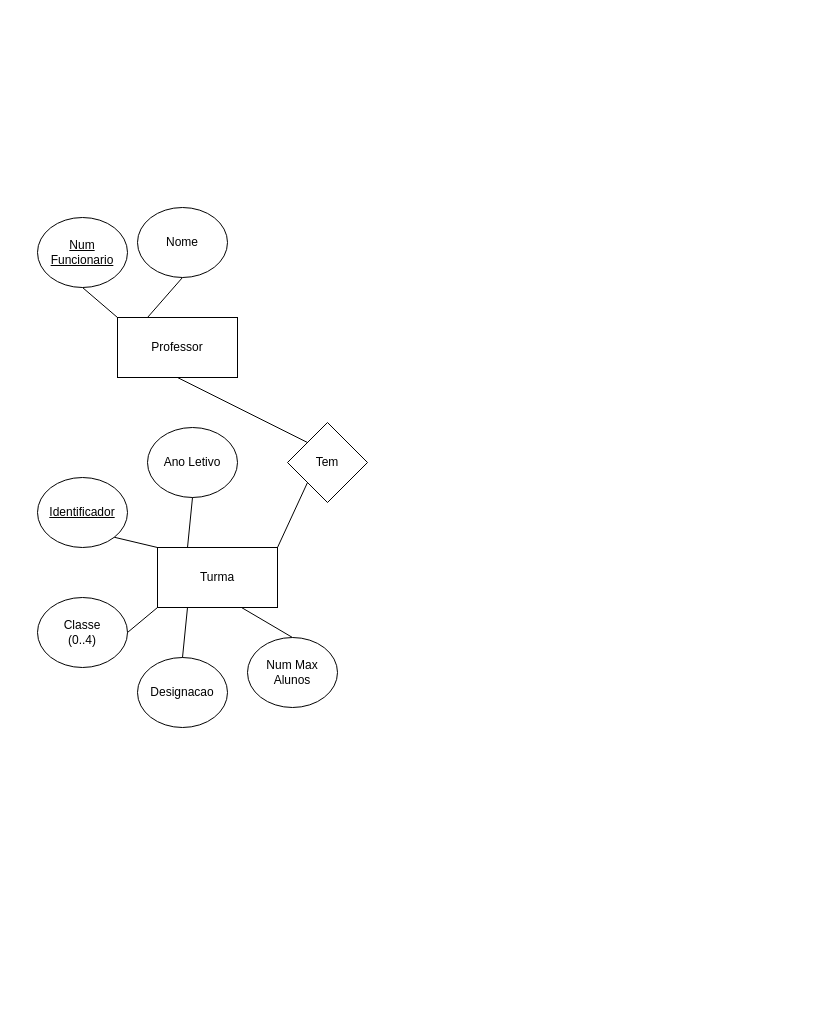
ahridesu/guioes-BD keeps this draw.io diagram as G01/ex4.drawio. Above is the earlier version. Source tidied: cells renumbered, new cells numbered last; positions are measured from the earlier drawing's top-left corner, leaving out a move shared by most shapes. Both pictures are drawn from the tidied source at 100%, with x=0, y=0 at pixel (37, 207).
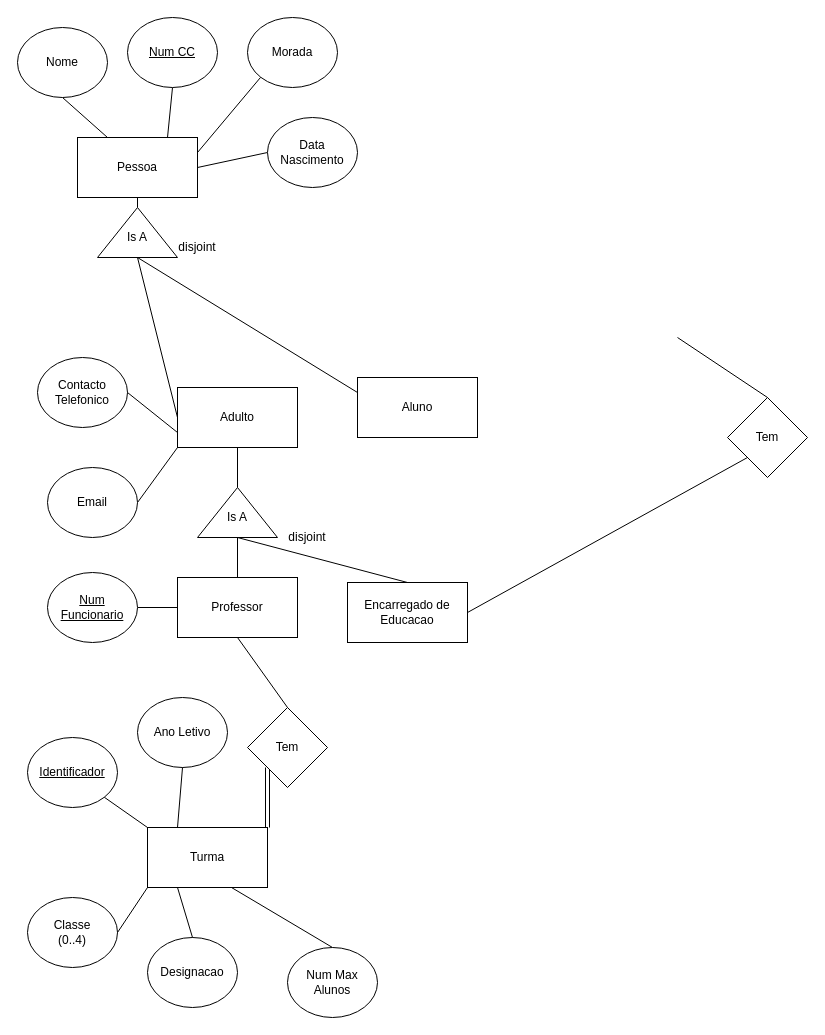
The same diagram, later.

The edit, as a diff of the source:
```diff
@@
+    <mxCell id="13" style="edgeStyle=orthogonalEdgeStyle;shape=link;rounded=0;jettySize=auto;html=1;exitX=1;exitY=0;exitDx=0;exitDy=0;entryX=0;entryY=1;entryDx=0;entryDy=0;" parent="1" edge="1" source="2" target="14">
+      <mxGeometry relative="1" as="geometry" />
+    </mxCell>
     <mxCell id="2" value="Turma" style="rounded=0;whiteSpace=wrap;html=1;" parent="1" vertex="1">
-      <mxGeometry x="120" y="340" width="120" height="60" as="geometry" />
+      <mxGeometry x="110" y="620" width="120" height="60" as="geometry" />
     </mxCell>
     <mxCell id="3" value="&lt;u&gt;Identificador&lt;/u&gt;" style="ellipse;whiteSpace=wrap;html=1;" parent="1" vertex="1">
-      <mxGeometry y="270" width="90" height="70" as="geometry" />
+      <mxGeometry x="-10" y="530" width="90" height="70" as="geometry" />
     </mxCell>
@@
     <mxCell id="5" value="Classe&lt;br&gt;(0..4)" style="ellipse;whiteSpace=wrap;html=1;" parent="1" vertex="1">
-      <mxGeometry y="390" width="90" height="70" as="geometry" />
+      <mxGeometry x="-10" y="690" width="90" height="70" as="geometry" />
     </mxCell>
@@
     <mxCell id="7" value="Ano Letivo" style="ellipse;whiteSpace=wrap;html=1;" parent="1" vertex="1">
-      <mxGeometry x="110" y="220" width="90" height="70" as="geometry" />
+      <mxGeometry x="100" y="490" width="90" height="70" as="geometry" />
     </mxCell>
@@
     <mxCell id="9" value="Designacao" style="ellipse;whiteSpace=wrap;html=1;" parent="1" vertex="1">
-      <mxGeometry x="100" y="450" width="90" height="70" as="geometry" />
+      <mxGeometry x="110" y="730" width="90" height="70" as="geometry" />
     </mxCell>
@@
     <mxCell id="12" value="Num Max Alunos" style="ellipse;whiteSpace=wrap;html=1;" parent="1" vertex="1">
-      <mxGeometry x="210" y="430" width="90" height="70" as="geometry" />
+      <mxGeometry x="250" y="740" width="90" height="70" as="geometry" />
     </mxCell>
-    <mxCell id="13" style="endArrow=none;html=1;exitX=1;exitY=0;exitDx=0;exitDy=0;entryX=0;entryY=1;entryDx=0;entryDy=0;" parent="1" edge="1" source="2" target="14">
-      <mxGeometry relative="1" as="geometry" />
-    </mxCell>
     <mxCell id="14" value="Tem" style="rhombus;whiteSpace=wrap;html=1;" parent="1" vertex="1">
-      <mxGeometry x="250" y="215" width="80" height="80" as="geometry" />
+      <mxGeometry x="210" y="500" width="80" height="80" as="geometry" />
     </mxCell>
-    <mxCell id="15" style="endArrow=none;html=1;exitX=0;exitY=0;exitDx=0;exitDy=0;entryX=0.5;entryY=1;entryDx=0;entryDy=0;" parent="1" edge="1" source="14" target="16">
-      <mxGeometry relative="1" as="geometry" />
-    </mxCell>
-    <mxCell id="16" value="Professor" style="rounded=0;whiteSpace=wrap;html=1;" parent="1" vertex="1">
-      <mxGeometry x="80" y="110" width="120" height="60" as="geometry" />
+    <mxCell id="16" value="Pessoa" style="rounded=0;whiteSpace=wrap;html=1;" parent="1" vertex="1">
+      <mxGeometry x="40" y="-70" width="120" height="60" as="geometry" />
     </mxCell>
-    <mxCell id="17" style="endArrow=none;html=1;exitX=0;exitY=0;exitDx=0;exitDy=0;entryX=0.5;entryY=1;entryDx=0;entryDy=0;" parent="1" edge="1" source="16" target="18">
-      <mxGeometry relative="1" as="geometry" />
-    </mxCell>
-    <mxCell id="18" value="&lt;u&gt;Num Funcionario&lt;/u&gt;" style="ellipse;whiteSpace=wrap;html=1;" parent="1" vertex="1">
-      <mxGeometry y="10" width="90" height="70" as="geometry" />
-    </mxCell>
@@
     <mxCell id="20" value="Nome" style="ellipse;whiteSpace=wrap;html=1;" parent="1" vertex="1">
-      <mxGeometry x="100" width="90" height="70" as="geometry" />
+      <mxGeometry x="-20" y="-180" width="90" height="70" as="geometry" />
     </mxCell>
+    <mxCell id="21" style="endArrow=none;html=1;exitX=0.75;exitY=0;exitDx=0;exitDy=0;entryX=0.5;entryY=1;entryDx=0;entryDy=0;" parent="1" edge="1" source="16" target="22">
+      <mxGeometry relative="1" as="geometry" />
+    </mxCell>
+    <mxCell id="22" value="&lt;u&gt;Num CC&lt;/u&gt;" style="ellipse;whiteSpace=wrap;html=1;" parent="1" vertex="1">
+      <mxGeometry x="90" y="-190" width="90" height="70" as="geometry" />
+    </mxCell>
+    <mxCell id="23" style="endArrow=none;html=1;exitX=0.5;exitY=0;exitDx=0;exitDy=0;entryX=0.5;entryY=1;entryDx=0;entryDy=0;" parent="1" edge="1" source="14" target="41">
+      <mxGeometry relative="1" as="geometry" />
+    </mxCell>
+    <mxCell id="24" style="endArrow=none;html=1;entryX=0.5;entryY=1;entryDx=0;entryDy=0;exitX=0;exitY=0;exitDx=40;exitDy=0;exitPerimeter=0;" parent="1" edge="1" source="50" target="16">
+      <mxGeometry relative="1" as="geometry" />
+    </mxCell>
+    <mxCell id="25" style="endArrow=none;html=1;exitX=0.5;exitY=1;exitDx=0;exitDy=0;exitPerimeter=0;entryX=0;entryY=0.5;entryDx=0;entryDy=0;" parent="1" edge="1" source="50" target="36">
+      <mxGeometry relative="1" as="geometry" />
+    </mxCell>
+    <mxCell id="26" style="endArrow=none;html=1;exitX=0;exitY=0.5;exitDx=0;exitDy=0;entryX=1;entryY=0.5;entryDx=0;entryDy=0;" parent="1" edge="1" source="41" target="18">
+      <mxGeometry relative="1" as="geometry" />
+    </mxCell>
+    <mxCell id="18" value="&lt;u&gt;Num Funcionario&lt;/u&gt;" style="ellipse;whiteSpace=wrap;html=1;" parent="1" vertex="1">
+      <mxGeometry x="10" y="365" width="90" height="70" as="geometry" />
+    </mxCell>
+    <mxCell id="27" style="endArrow=none;html=1;exitX=1;exitY=0.25;exitDx=0;exitDy=0;entryX=0;entryY=1;entryDx=0;entryDy=0;" parent="1" edge="1" source="16" target="28">
+      <mxGeometry relative="1" as="geometry" />
+    </mxCell>
+    <mxCell id="28" value="Morada" style="ellipse;whiteSpace=wrap;html=1;" parent="1" vertex="1">
+      <mxGeometry x="210" y="-190" width="90" height="70" as="geometry" />
+    </mxCell>
+    <mxCell id="29" style="endArrow=none;html=1;exitX=1;exitY=0.5;exitDx=0;exitDy=0;entryX=0;entryY=0.5;entryDx=0;entryDy=0;" parent="1" edge="1" source="16" target="30">
+      <mxGeometry relative="1" as="geometry" />
+    </mxCell>
+    <mxCell id="30" value="Data Nascimento" style="ellipse;whiteSpace=wrap;html=1;" parent="1" vertex="1">
+      <mxGeometry x="230" y="-90" width="90" height="70" as="geometry" />
+    </mxCell>
+    <mxCell id="31" style="endArrow=none;html=1;entryX=0.5;entryY=1;entryDx=0;entryDy=0;entryPerimeter=0;exitX=0.5;exitY=0;exitDx=0;exitDy=0;" parent="1" edge="1" source="32" target="37">
+      <mxGeometry relative="1" as="geometry" />
+    </mxCell>
+    <mxCell id="32" value="Encarregado de Educacao" style="rounded=0;whiteSpace=wrap;html=1;" parent="1" vertex="1">
+      <mxGeometry x="310" y="375" width="120" height="60" as="geometry" />
+    </mxCell>
+    <mxCell id="33" style="endArrow=none;html=1;exitX=1;exitY=0.5;exitDx=0;exitDy=0;entryX=0;entryY=1;entryDx=0;entryDy=0;" parent="1" edge="1" source="32" target="34">
+      <mxGeometry relative="1" as="geometry" />
+    </mxCell>
+    <mxCell id="34" value="Tem" style="rhombus;whiteSpace=wrap;html=1;" parent="1" vertex="1">
+      <mxGeometry x="690" y="190" width="80" height="80" as="geometry" />
+    </mxCell>
+    <mxCell id="35" style="endArrow=none;html=1;exitX=0.5;exitY=0;exitDx=0;exitDy=0;" parent="1" edge="1" source="34">
+      <mxGeometry relative="1" as="geometry">
+        <mxPoint x="640" y="130" as="targetPoint" />
+      </mxGeometry>
+    </mxCell>
+    <mxCell id="36" value="Adulto" style="rounded=0;whiteSpace=wrap;html=1;" parent="1" vertex="1">
+      <mxGeometry x="140" y="180" width="120" height="60" as="geometry" />
+    </mxCell>
+    <mxCell id="37" style="verticalLabelPosition=bottom;verticalAlign=top;html=1;shape=mxgraph.basic.acute_triangle;dx=0.5;" parent="1" vertex="1">
+      <mxGeometry x="160" y="280" width="80" height="50" as="geometry" />
+    </mxCell>
+    <mxCell id="38" value="Is A" style="text;html=1;strokeColor=none;fillColor=none;align=center;verticalAlign=middle;whiteSpace=wrap;rounded=0;" parent="1" vertex="1">
+      <mxGeometry x="180" y="300" width="40" height="20" as="geometry" />
+    </mxCell>
+    <mxCell id="39" style="endArrow=none;html=1;entryX=0.5;entryY=1;entryDx=0;entryDy=0;entryPerimeter=0;exitX=0.5;exitY=0;exitDx=0;exitDy=0;" parent="1" edge="1" source="41" target="37">
+      <mxGeometry relative="1" as="geometry" />
+    </mxCell>
+    <mxCell id="40" style="endArrow=none;html=1;entryX=0;entryY=0;entryDx=40;entryDy=0;entryPerimeter=0;exitX=0.5;exitY=1;exitDx=0;exitDy=0;" parent="1" edge="1" source="36" target="37">
+      <mxGeometry relative="1" as="geometry" />
+    </mxCell>
+    <mxCell id="41" value="Professor" style="rounded=0;whiteSpace=wrap;html=1;" parent="1" vertex="1">
+      <mxGeometry x="140" y="370" width="120" height="60" as="geometry" />
+    </mxCell>
+    <mxCell id="42" value="disjoint" style="text;html=1;strokeColor=none;fillColor=none;align=center;verticalAlign=middle;whiteSpace=wrap;rounded=0;" parent="1" vertex="1">
+      <mxGeometry x="250" y="320" width="40" height="20" as="geometry" />
+    </mxCell>
+    <mxCell id="43" value="Contacto Telefonico" style="ellipse;whiteSpace=wrap;html=1;" parent="1" vertex="1">
+      <mxGeometry y="150" width="90" height="70" as="geometry" />
+    </mxCell>
+    <mxCell id="44" style="endArrow=none;html=1;exitX=0;exitY=1;exitDx=0;exitDy=0;entryX=1;entryY=0.5;entryDx=0;entryDy=0;" parent="1" edge="1" source="36" target="45">
+      <mxGeometry relative="1" as="geometry" />
+    </mxCell>
+    <mxCell id="45" value="Email" style="ellipse;whiteSpace=wrap;html=1;" parent="1" vertex="1">
+      <mxGeometry x="10" y="260" width="90" height="70" as="geometry" />
+    </mxCell>
+    <mxCell id="46" style="endArrow=none;html=1;entryX=1;entryY=0.5;entryDx=0;entryDy=0;exitX=0;exitY=0.75;exitDx=0;exitDy=0;" parent="1" edge="1" source="36" target="43">
+      <mxGeometry relative="1" as="geometry" />
+    </mxCell>
+    <mxCell id="47" style="endArrow=none;html=1;exitX=0.5;exitY=1;exitDx=0;exitDy=0;exitPerimeter=0;entryX=0;entryY=0.25;entryDx=0;entryDy=0;" parent="1" edge="1" source="50" target="49">
+      <mxGeometry relative="1" as="geometry" />
+    </mxCell>
+    <mxCell id="48" value="disjoint" style="text;html=1;strokeColor=none;fillColor=none;align=center;verticalAlign=middle;whiteSpace=wrap;rounded=0;" parent="1" vertex="1">
+      <mxGeometry x="140" y="30" width="40" height="20" as="geometry" />
+    </mxCell>
+    <mxCell id="49" value="&lt;div&gt;Aluno&lt;/div&gt;" style="rounded=0;whiteSpace=wrap;html=1;" parent="1" vertex="1">
+      <mxGeometry x="320" y="170" width="120" height="60" as="geometry" />
+    </mxCell>
+    <mxCell id="50" style="verticalLabelPosition=bottom;verticalAlign=top;html=1;shape=mxgraph.basic.acute_triangle;dx=0.5;" parent="1" vertex="1">
+      <mxGeometry x="60" width="80" height="50" as="geometry" />
+    </mxCell>
+    <mxCell id="51" value="Is A" style="text;html=1;strokeColor=none;fillColor=none;align=center;verticalAlign=middle;whiteSpace=wrap;rounded=0;" parent="1" vertex="1">
+      <mxGeometry x="80" y="20" width="40" height="20" as="geometry" />
+    </mxCell>
```
